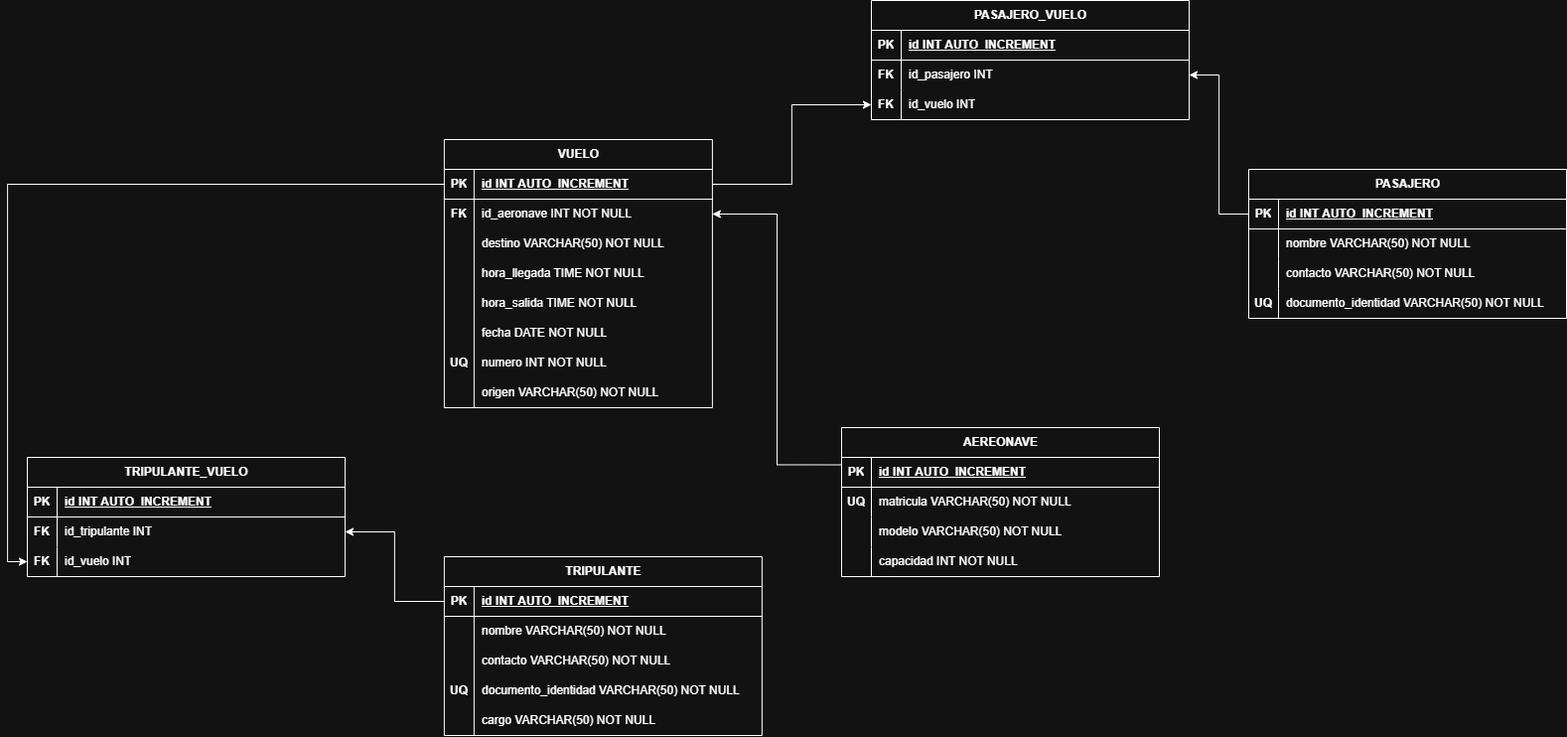
The draw.io diagram Diagrama_MR.png in CamiloRC317/Redondo_Juan_Taller_LATAM, before a commit. Source tidied: cells renumbered, new cells last; positions are measured from the earlier drawing's top-left corner, leaving out a move shared by most shapes.
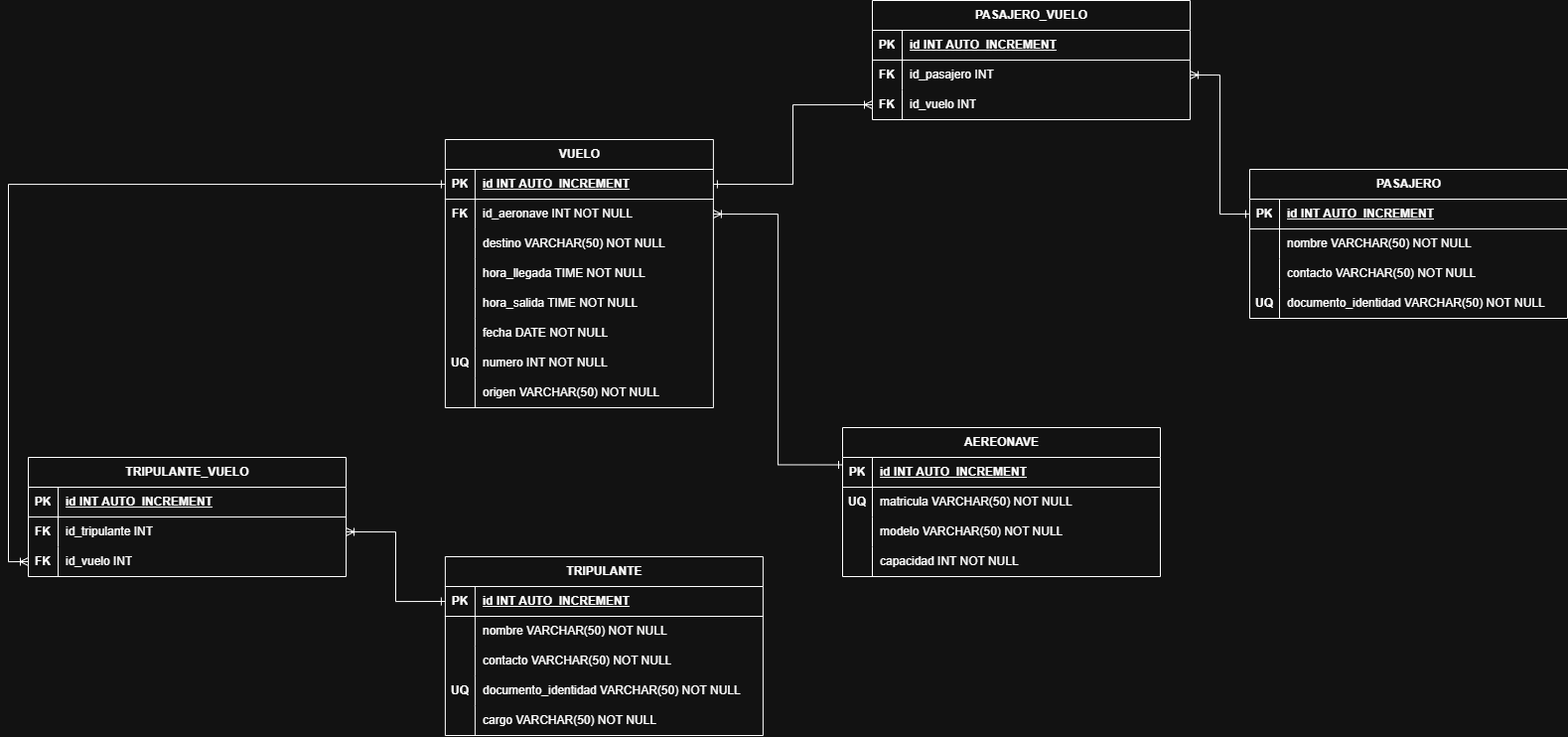
The same diagram one commit later.

What changed in the source:
```diff
@@ -164,7 +164,7 @@
     <mxCell id="55" value="cargo VARCHAR(50) NOT NULL" style="shape=partialRectangle;fillColor=none;top=0;left=0;bottom=0;right=0;align=left;spacingLeft=6;overflow=hidden;whiteSpace=wrap;html=1;" parent="53" vertex="1">
       <mxGeometry x="30" width="290" height="30" as="geometry" />
     </mxCell>
-    <mxCell id="56" style="edgeStyle=orthogonalEdgeStyle;rounded=0;jettySize=auto;html=1;exitX=0;exitY=0.25;exitDx=0;exitDy=0;entryX=1;entryY=0.5;entryDx=0;entryDy=0;" parent="1" edge="1" source="57" target="6">
+    <mxCell id="56" style="edgeStyle=orthogonalEdgeStyle;rounded=0;jettySize=auto;html=1;exitX=0;exitY=0.25;exitDx=0;exitDy=0;entryX=1;entryY=0.5;entryDx=0;entryDy=0;endArrow=ERoneToMany;endFill=0;startArrow=ERone;startFill=0;" parent="1" edge="1" source="57" target="6">
       <mxGeometry relative="1" as="geometry" />
     </mxCell>
     <mxCell id="57" value="AEREONAVE" style="shape=table;startSize=30;rowLines=0;fontStyle=1;align=center;html=1;" parent="1" vertex="1">
@@ -266,16 +266,16 @@
     <mxCell id="89" value="id_vuelo INT" style="shape=partialRectangle;fillColor=none;top=0;left=0;bottom=0;right=0;align=left;spacingLeft=6;overflow=hidden;whiteSpace=wrap;html=1;" parent="87" vertex="1">
       <mxGeometry x="30" width="290" height="30" as="geometry" />
     </mxCell>
-    <mxCell id="90" style="edgeStyle=orthogonalEdgeStyle;rounded=0;jettySize=auto;html=1;exitX=0;exitY=0.5;exitDx=0;exitDy=0;entryX=0;entryY=0.5;entryDx=0;entryDy=0;" parent="1" edge="1" source="3" target="77">
+    <mxCell id="90" style="edgeStyle=orthogonalEdgeStyle;rounded=0;jettySize=auto;html=1;exitX=0;exitY=0.5;exitDx=0;exitDy=0;entryX=0;entryY=0.5;entryDx=0;entryDy=0;endArrow=ERoneToMany;endFill=0;startArrow=ERone;startFill=0;" parent="1" edge="1" source="3" target="77">
       <mxGeometry relative="1" as="geometry" />
     </mxCell>
-    <mxCell id="91" style="edgeStyle=orthogonalEdgeStyle;rounded=0;jettySize=auto;html=1;exitX=0;exitY=0.5;exitDx=0;exitDy=0;entryX=1;entryY=0.5;entryDx=0;entryDy=0;" parent="1" edge="1" source="41" target="74">
+    <mxCell id="91" style="edgeStyle=orthogonalEdgeStyle;rounded=0;jettySize=auto;html=1;exitX=0;exitY=0.5;exitDx=0;exitDy=0;entryX=1;entryY=0.5;entryDx=0;entryDy=0;endArrow=ERoneToMany;endFill=0;startArrow=ERone;startFill=0;" parent="1" edge="1" source="41" target="74">
       <mxGeometry relative="1" as="geometry" />
     </mxCell>
-    <mxCell id="92" style="edgeStyle=orthogonalEdgeStyle;rounded=0;jettySize=auto;html=1;exitX=1;exitY=0.5;exitDx=0;exitDy=0;entryX=0;entryY=0.5;entryDx=0;entryDy=0;" parent="1" edge="1" source="3" target="87">
+    <mxCell id="92" style="edgeStyle=orthogonalEdgeStyle;rounded=0;jettySize=auto;html=1;exitX=1;exitY=0.5;exitDx=0;exitDy=0;entryX=0;entryY=0.5;entryDx=0;entryDy=0;endArrow=ERoneToMany;endFill=0;startArrow=ERone;startFill=0;" parent="1" edge="1" source="3" target="87">
       <mxGeometry relative="1" as="geometry" />
     </mxCell>
-    <mxCell id="93" style="edgeStyle=orthogonalEdgeStyle;rounded=0;jettySize=auto;html=1;exitX=0;exitY=0.5;exitDx=0;exitDy=0;entryX=1;entryY=0.5;entryDx=0;entryDy=0;" parent="1" edge="1" source="28" target="84">
+    <mxCell id="93" style="edgeStyle=orthogonalEdgeStyle;rounded=0;jettySize=auto;html=1;exitX=0;exitY=0.5;exitDx=0;exitDy=0;entryX=1;entryY=0.5;entryDx=0;entryDy=0;endArrow=ERoneToMany;endFill=0;startArrow=ERone;startFill=0;" parent="1" edge="1" source="28" target="84">
       <mxGeometry relative="1" as="geometry" />
     </mxCell>
   </root>
```
